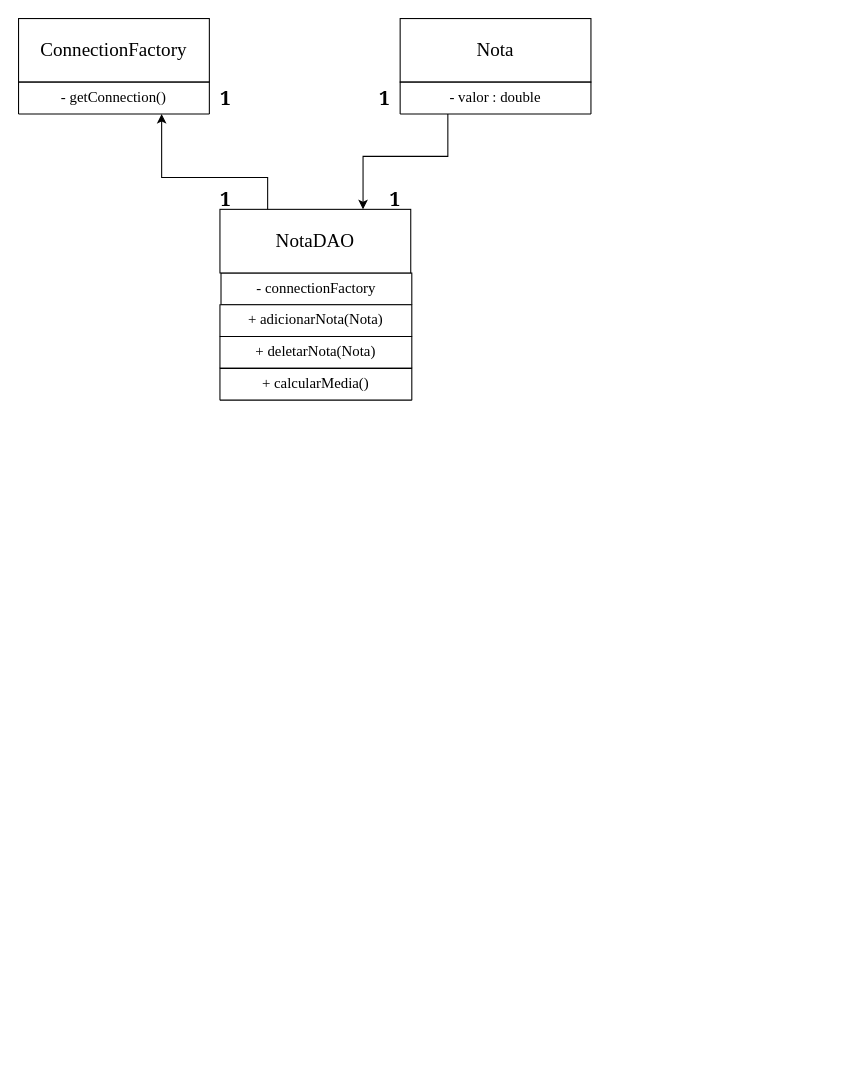
Above: src/A3/Diagrama sem nome.drawio in ViniGonsalves/CalculadoraNotas (draw.io), before the change. Source tidied: cells renumbered, new cells numbered last; positions are measured from the earlier drawing's top-left corner, leaving out a move shared by most shapes. Both pictures are drawn from the tidied source at 106%, with x=0, y=0 at pixel (18, 18).
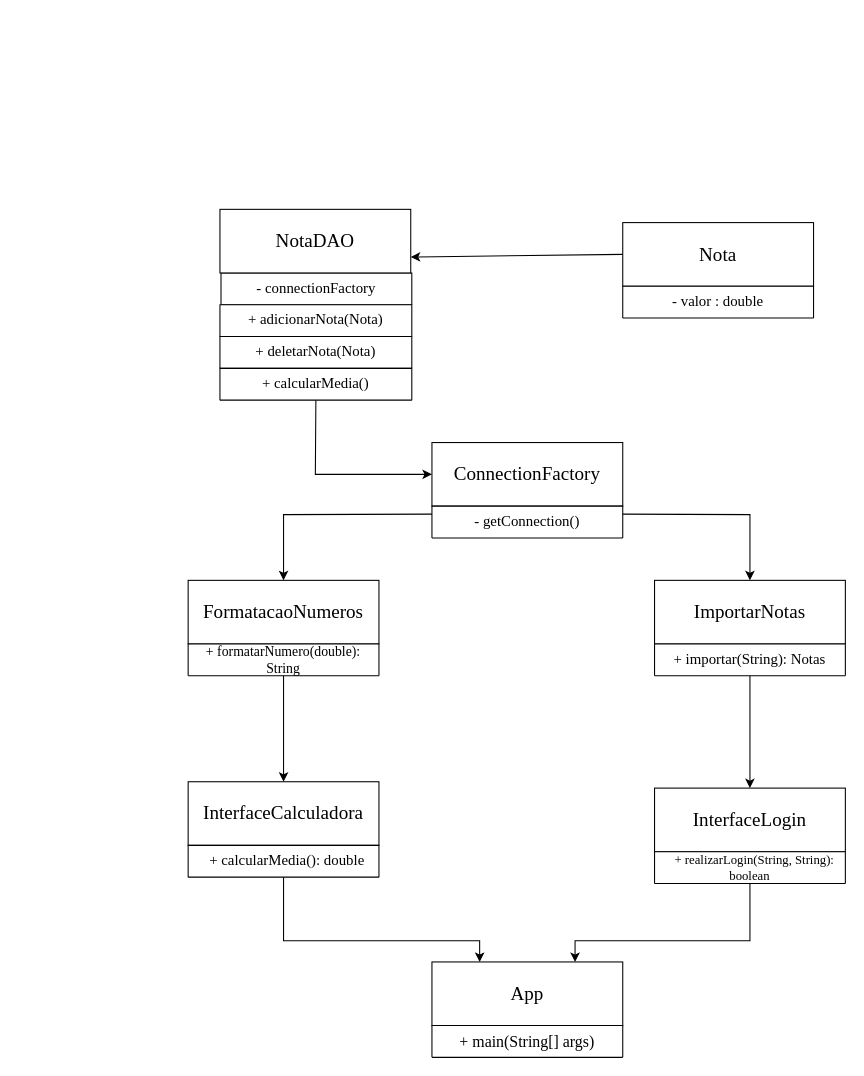
The same diagram, later.

The change refers to these unchanged cells:
```xml
<mxCell id="9" value="&lt;p&gt;&lt;font face=&quot;Times New Roman&quot;&gt;&lt;span style=&quot;font-size: 18px;&quot;&gt;NotaDAO&lt;/span&gt;&lt;/font&gt;&lt;/p&gt;" style="rounded=0;whiteSpace=wrap;html=1;" parent="1" vertex="1">
  <mxGeometry x="190" y="180" width="180" height="60" as="geometry" />
</mxCell>
<mxCell id="12" value="&lt;font style=&quot;font-size: 14px;&quot; face=&quot;Times New Roman&quot;&gt;+ calcularMedia()&lt;/font&gt;" style="swimlane;fontStyle=0;horizontal=1;startSize=30;whiteSpace=wrap;html=1;" parent="1" vertex="1" collapsed="1">
  <mxGeometry x="190" y="330" width="181" height="30" as="geometry" />
</mxCell>
```

Change to the diagram source:
```diff
@@
     <mxCell id="2" value="&lt;p&gt;&lt;font style=&quot;font-size: 18px;&quot; face=&quot;Times New Roman&quot;&gt;ConnectionFactory&lt;/font&gt;&lt;/p&gt;" style="rounded=0;whiteSpace=wrap;html=1;" parent="1" vertex="1">
-      <mxGeometry width="180" height="60" as="geometry" />
+      <mxGeometry x="390" y="400" width="180" height="60" as="geometry" />
     </mxCell>
     <mxCell id="3" value="&lt;font style=&quot;font-size: 14px;&quot; face=&quot;Times New Roman&quot;&gt;- getConnection()&lt;/font&gt;" style="swimlane;fontStyle=0;horizontal=1;startSize=30;whiteSpace=wrap;html=1;" parent="1" vertex="1">
-      <mxGeometry y="60" width="180" height="30" as="geometry" />
+      <mxGeometry x="390" y="460" width="180" height="30" as="geometry" />
     </mxCell>
-    <mxCell id="4" value="&lt;font face=&quot;Georgia&quot; style=&quot;font-size: 18px;&quot;&gt;&lt;b style=&quot;&quot;&gt;1&lt;/b&gt;&lt;/font&gt;" style="text;html=1;align=center;verticalAlign=middle;strokeColor=none;fillColor=none;" parent="1" vertex="1">
-      <mxGeometry x="180" y="55" width="30" height="40" as="geometry" />
-    </mxCell>
     <mxCell id="5" value="&lt;p&gt;&lt;font face=&quot;Times New Roman&quot;&gt;&lt;span style=&quot;font-size: 18px;&quot;&gt;Nota&lt;/span&gt;&lt;/font&gt;&lt;/p&gt;" style="rounded=0;whiteSpace=wrap;html=1;" parent="1" vertex="1">
-      <mxGeometry x="360" width="180" height="60" as="geometry" />
+      <mxGeometry x="570" y="192.5" width="180" height="60" as="geometry" />
     </mxCell>
     <mxCell id="6" value="&lt;font face=&quot;Times New Roman&quot;&gt;&lt;span style=&quot;font-size: 14px;&quot;&gt;- valor : double&lt;/span&gt;&lt;/font&gt;" style="swimlane;fontStyle=0;horizontal=1;startSize=30;whiteSpace=wrap;html=1;" parent="1" vertex="1">
-      <mxGeometry x="360" y="60" width="180" height="30" as="geometry" />
+      <mxGeometry x="570" y="252.5" width="180" height="30" as="geometry" />
     </mxCell>
-    <mxCell id="7" value="&lt;font face=&quot;Georgia&quot; style=&quot;font-size: 18px;&quot;&gt;&lt;b style=&quot;&quot;&gt;1&lt;/b&gt;&lt;/font&gt;" style="text;html=1;align=center;verticalAlign=middle;strokeColor=none;fillColor=none;" parent="1" vertex="1">
-      <mxGeometry x="330" y="55" width="30" height="40" as="geometry" />
-    </mxCell>
@@
-    <mxCell id="13" value="&lt;font face=&quot;Georgia&quot; style=&quot;font-size: 18px;&quot;&gt;&lt;b style=&quot;&quot;&gt;1&lt;/b&gt;&lt;/font&gt;" style="text;html=1;align=center;verticalAlign=middle;strokeColor=none;fillColor=none;" parent="1" vertex="1">
-      <mxGeometry x="180" y="150" width="30" height="40" as="geometry" />
-    </mxCell>
-    <mxCell id="14" value="&lt;font face=&quot;Georgia&quot; style=&quot;font-size: 18px;&quot;&gt;&lt;b style=&quot;&quot;&gt;1&lt;/b&gt;&lt;/font&gt;" style="text;html=1;align=center;verticalAlign=middle;strokeColor=none;fillColor=none;" parent="1" vertex="1">
-      <mxGeometry x="340" y="150" width="30" height="40" as="geometry" />
-    </mxCell>
-    <mxCell id="15" style="endArrow=classic;html=1;rounded=0;exitX=0.25;exitY=1;exitDx=0;exitDy=0;entryX=0.75;entryY=0;entryDx=0;entryDy=0;" parent="1" edge="1" source="6" target="9">
-      <mxGeometry relative="1" as="geometry">
-        <Array as="points">
-          <mxPoint x="405" y="110" />
-          <mxPoint x="405" y="130" />
-          <mxPoint x="325" y="130" />
-        </Array>
-      </mxGeometry>
-    </mxCell>
-    <mxCell id="16" style="endArrow=classic;html=1;rounded=0;entryX=0.75;entryY=1;entryDx=0;entryDy=0;exitX=0.25;exitY=0;exitDx=0;exitDy=0;" parent="1" edge="1" source="9" target="3">
-      <mxGeometry relative="1" as="geometry">
-        <Array as="points">
-          <mxPoint x="235" y="150" />
-          <mxPoint x="210" y="150" />
-          <mxPoint x="135" y="150" />
-        </Array>
-      </mxGeometry>
-    </mxCell>
+    <mxCell id="17" value="&lt;p&gt;&lt;font style=&quot;font-size: 18px;&quot; face=&quot;Times New Roman&quot;&gt;FormatacaoNumeros&lt;/font&gt;&lt;/p&gt;" style="rounded=0;whiteSpace=wrap;html=1;" parent="1" vertex="1">
+      <mxGeometry x="160" y="530" width="180" height="60" as="geometry" />
+    </mxCell>
+    <mxCell id="18" value="&lt;font face=&quot;Times New Roman&quot; style=&quot;font-size: 13px;&quot;&gt;+ formatarNumero(double): String&lt;/font&gt;" style="swimlane;fontStyle=0;horizontal=1;startSize=30;whiteSpace=wrap;html=1;" parent="1" vertex="1" collapsed="1">
+      <mxGeometry x="160" y="590" width="180" height="30" as="geometry" />
+    </mxCell>
+    <mxCell id="19" value="&lt;p&gt;&lt;font style=&quot;font-size: 18px;&quot; face=&quot;Times New Roman&quot;&gt;ImportarNotas&lt;/font&gt;&lt;/p&gt;" style="rounded=0;whiteSpace=wrap;html=1;" parent="1" vertex="1">
+      <mxGeometry x="600" y="530" width="180" height="60" as="geometry" />
+    </mxCell>
+    <mxCell id="20" value="&lt;font face=&quot;Times New Roman&quot; style=&quot;font-size: 14px;&quot;&gt;+ importar(String): Notas&lt;/font&gt;" style="swimlane;fontStyle=0;horizontal=1;startSize=30;whiteSpace=wrap;html=1;" parent="1" vertex="1" collapsed="1">
+      <mxGeometry x="600" y="590" width="180" height="30" as="geometry" />
+    </mxCell>
+    <mxCell id="21" value="&lt;p&gt;&lt;font style=&quot;font-size: 18px;&quot; face=&quot;Times New Roman&quot;&gt;InterfaceCalculadora&lt;/font&gt;&lt;/p&gt;" style="rounded=0;whiteSpace=wrap;html=1;" parent="1" vertex="1">
+      <mxGeometry x="160" y="720" width="180" height="60" as="geometry" />
+    </mxCell>
+    <mxCell id="22" value="&lt;font style=&quot;font-size: 14px;&quot; face=&quot;Times New Roman&quot;&gt;&amp;nbsp; + calcularMedia(): double&lt;/font&gt;" style="swimlane;fontStyle=0;horizontal=1;startSize=30;whiteSpace=wrap;html=1;" parent="1" vertex="1" collapsed="1">
+      <mxGeometry x="160" y="780" width="180" height="30" as="geometry" />
+    </mxCell>
+    <mxCell id="23" value="&lt;p&gt;&lt;font style=&quot;font-size: 18px;&quot; face=&quot;Times New Roman&quot;&gt;InterfaceLogin&lt;/font&gt;&lt;/p&gt;" style="rounded=0;whiteSpace=wrap;html=1;" parent="1" vertex="1">
+      <mxGeometry x="600" y="726" width="180" height="60" as="geometry" />
+    </mxCell>
+    <mxCell id="24" value="&lt;font style=&quot;font-size: 12px;&quot; face=&quot;Times New Roman&quot;&gt;&amp;nbsp; &amp;nbsp;+ realizarLogin(String, String): boolean&lt;/font&gt;" style="swimlane;fontStyle=0;horizontal=1;startSize=30;whiteSpace=wrap;html=1;" parent="1" vertex="1" collapsed="1">
+      <mxGeometry x="600" y="786" width="180" height="30" as="geometry" />
+    </mxCell>
+    <mxCell id="25" style="endArrow=classic;html=1;rounded=0;entryX=0;entryY=0.5;entryDx=0;entryDy=0;exitX=0.5;exitY=1;exitDx=0;exitDy=0;" parent="1" edge="1" source="12" target="2">
+      <mxGeometry relative="1" as="geometry">
+        <Array as="points">
+          <mxPoint x="280" y="430" />
+        </Array>
+      </mxGeometry>
+    </mxCell>
+    <mxCell id="26" style="endArrow=classic;html=1;rounded=0;entryX=1;entryY=0.75;entryDx=0;entryDy=0;exitX=0;exitY=0.5;exitDx=0;exitDy=0;" parent="1" edge="1" source="5" target="9">
+      <mxGeometry relative="1" as="geometry" />
+    </mxCell>
+    <mxCell id="27" style="endArrow=classic;html=1;rounded=0;entryX=0.5;entryY=0;entryDx=0;entryDy=0;exitX=0;exitY=0.25;exitDx=0;exitDy=0;" parent="1" edge="1" source="3" target="17">
+      <mxGeometry relative="1" as="geometry">
+        <Array as="points">
+          <mxPoint x="250" y="468" />
+        </Array>
+      </mxGeometry>
+    </mxCell>
+    <mxCell id="28" style="endArrow=classic;html=1;rounded=0;entryX=0.5;entryY=0;entryDx=0;entryDy=0;exitX=1;exitY=0.25;exitDx=0;exitDy=0;" parent="1" edge="1" source="3" target="19">
+      <mxGeometry relative="1" as="geometry">
+        <Array as="points">
+          <mxPoint x="690" y="468" />
+        </Array>
+      </mxGeometry>
+    </mxCell>
+    <mxCell id="29" style="endArrow=classic;html=1;rounded=0;exitX=0.5;exitY=1;exitDx=0;exitDy=0;entryX=0.5;entryY=0;entryDx=0;entryDy=0;" parent="1" edge="1" source="18" target="21">
+      <mxGeometry relative="1" as="geometry" />
+    </mxCell>
+    <mxCell id="30" style="endArrow=classic;html=1;rounded=0;entryX=0.5;entryY=0;entryDx=0;entryDy=0;exitX=0.5;exitY=1;exitDx=0;exitDy=0;" parent="1" edge="1" source="20" target="23">
+      <mxGeometry relative="1" as="geometry" />
+    </mxCell>
+    <mxCell id="31" value="&lt;p&gt;&lt;font style=&quot;font-size: 18px;&quot; face=&quot;Times New Roman&quot;&gt;App&lt;/font&gt;&lt;/p&gt;" style="rounded=0;whiteSpace=wrap;html=1;" parent="1" vertex="1">
+      <mxGeometry x="390" y="890" width="180" height="60" as="geometry" />
+    </mxCell>
+    <mxCell id="32" value="&lt;font style=&quot;font-size: 15px;&quot; face=&quot;Times New Roman&quot;&gt;+ main(String[] args)&lt;/font&gt;" style="swimlane;fontStyle=0;horizontal=1;startSize=30;whiteSpace=wrap;html=1;" parent="1" vertex="1" collapsed="1">
+      <mxGeometry x="390" y="950" width="180" height="30" as="geometry" />
+    </mxCell>
+    <mxCell id="33" style="endArrow=classic;html=1;rounded=0;exitX=0.5;exitY=1;exitDx=0;exitDy=0;entryX=0.25;entryY=0;entryDx=0;entryDy=0;" parent="1" edge="1" source="22" target="31">
+      <mxGeometry relative="1" as="geometry">
+        <Array as="points">
+          <mxPoint x="250" y="870" />
+          <mxPoint x="435" y="870" />
+        </Array>
+      </mxGeometry>
+    </mxCell>
+    <mxCell id="34" style="endArrow=classic;html=1;rounded=0;entryX=0.75;entryY=0;entryDx=0;entryDy=0;exitX=0.5;exitY=1;exitDx=0;exitDy=0;" parent="1" edge="1" source="24" target="31">
+      <mxGeometry relative="1" as="geometry">
+        <Array as="points">
+          <mxPoint x="690" y="870" />
+          <mxPoint x="525" y="870" />
+        </Array>
+      </mxGeometry>
+    </mxCell>
```
